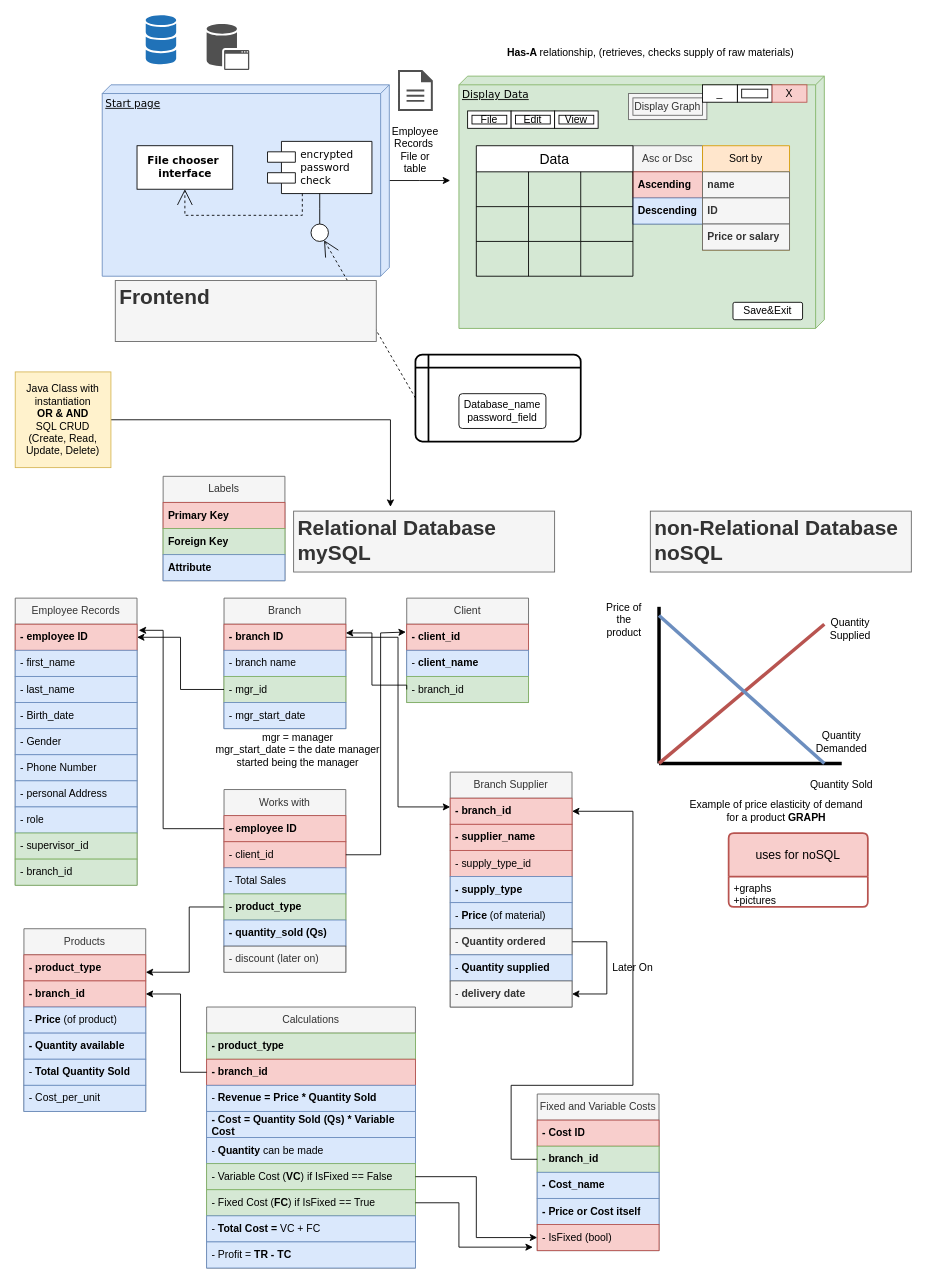
Before: Frontend&SQL_sketch.drawio in Kazybekkh/KazCable-DBMS, a draw.io diagram. Source tidied: cells renumbered, new cells numbered last; positions are measured from the earlier drawing's top-left corner, leaving out a move shared by most shapes. Both pictures are drawn from the tidied source at 87%, with x=0, y=0 at pixel (15, 15).
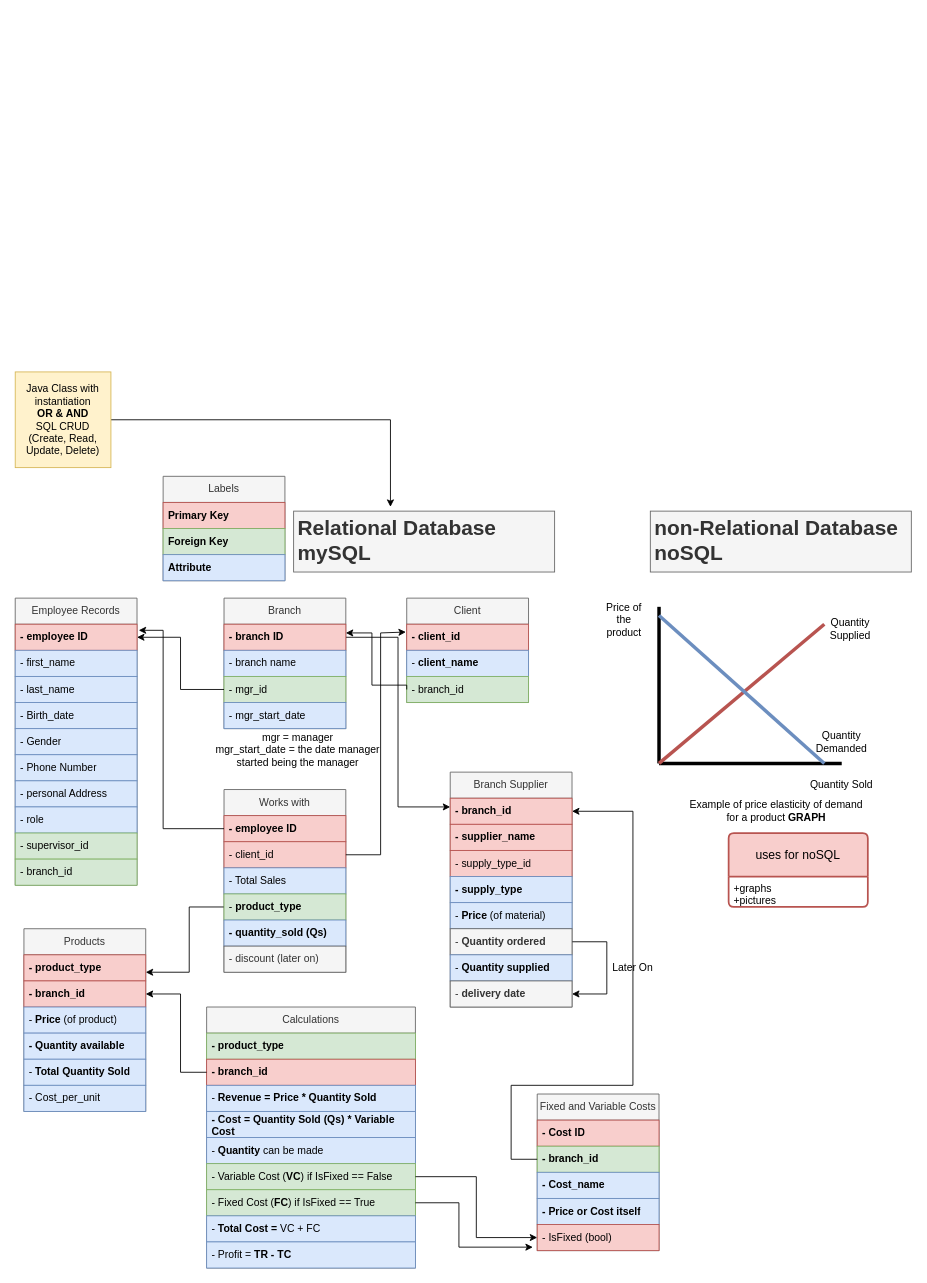
The same diagram, later.

The edit, as a diff of the source:
```diff
@@
-    <mxCell id="2" style="edgeStyle=orthogonalEdgeStyle;rounded=0;jettySize=auto;html=1;" parent="1" edge="1" source="3">
-      <mxGeometry relative="1" as="geometry">
-        <mxPoint x="500" y="190" as="targetPoint" />
-      </mxGeometry>
-    </mxCell>
-    <mxCell id="3" value="Start page" style="verticalAlign=top;align=left;spacingTop=8;spacingLeft=2;spacingRight=12;shape=cube;size=10;direction=south;fontStyle=4;html=1;rounded=0;shadow=0;comic=0;labelBackgroundColor=none;strokeWidth=1;fontFamily=Verdana;fontSize=12;fillColor=#dae8fc;strokeColor=#6c8ebf;" parent="1" vertex="1">
-      <mxGeometry x="100" y="80" width="330" height="220" as="geometry" />
-    </mxCell>
-    <mxCell id="4" value="Display Data" style="verticalAlign=top;align=left;spacingTop=8;spacingLeft=2;spacingRight=12;shape=cube;size=10;direction=south;fontStyle=4;html=1;rounded=0;shadow=0;comic=0;labelBackgroundColor=none;strokeWidth=1;fontFamily=Verdana;fontSize=12;fillColor=#d5e8d4;strokeColor=#82b366;" parent="1" vertex="1">
-      <mxGeometry x="510" y="70" width="420" height="290" as="geometry" />
-    </mxCell>
-    <mxCell id="5" value="&lt;b&gt;File chooser&amp;nbsp;&lt;br&gt;interface&lt;br&gt;&lt;/b&gt;" style="html=1;rounded=0;shadow=0;comic=0;labelBackgroundColor=none;strokeWidth=1;fontFamily=Verdana;fontSize=12;align=center;" parent="1" vertex="1">
-      <mxGeometry x="140" y="150" width="110" height="50" as="geometry" />
-    </mxCell>
-    <mxCell id="6" value="encrypted&amp;nbsp;&lt;br&gt;password&lt;br&gt;check" style="shape=component;align=left;spacingLeft=36;rounded=0;shadow=0;comic=0;labelBackgroundColor=none;strokeWidth=1;fontFamily=Verdana;fontSize=12;html=1;" parent="1" vertex="1">
-      <mxGeometry x="290" y="145" width="120" height="60" as="geometry" />
-    </mxCell>
-    <mxCell id="7" style="ellipse;whiteSpace=wrap;html=1;rounded=0;shadow=0;comic=0;labelBackgroundColor=none;strokeWidth=1;fontFamily=Verdana;fontSize=12;align=center;" parent="1" vertex="1">
-      <mxGeometry x="340" y="240" width="20" height="20" as="geometry" />
-    </mxCell>
-    <mxCell id="8" style="edgeStyle=none;rounded=0;html=1;dashed=1;labelBackgroundColor=none;startArrow=none;startFill=0;startSize=8;endArrow=open;endFill=0;endSize=16;fontFamily=Verdana;fontSize=12;exitX=0;exitY=0.5;exitDx=0;exitDy=0;" parent="1" edge="1" source="107" target="7">
-      <mxGeometry relative="1" as="geometry" />
-    </mxCell>
-    <mxCell id="9" style="edgeStyle=elbowEdgeStyle;rounded=0;html=1;labelBackgroundColor=none;startArrow=none;startFill=0;startSize=8;endArrow=none;endFill=0;endSize=16;fontFamily=Verdana;fontSize=12;" parent="1" edge="1" source="7" target="6">
-      <mxGeometry relative="1" as="geometry" />
-    </mxCell>
-    <mxCell id="10" style="edgeStyle=orthogonalEdgeStyle;rounded=0;html=1;labelBackgroundColor=none;startArrow=none;startFill=0;startSize=8;endArrow=open;endFill=0;endSize=16;fontFamily=Verdana;fontSize=12;dashed=1;" parent="1" edge="1" source="6" target="5">
-      <mxGeometry relative="1" as="geometry">
-        <Array as="points">
-          <mxPoint x="330" y="230" />
-          <mxPoint x="195" y="230" />
-        </Array>
-      </mxGeometry>
-    </mxCell>
-    <mxCell id="11" value="Employee Records&amp;nbsp;&lt;br&gt;File or table" style="text;html=1;strokeColor=none;fillColor=none;align=center;verticalAlign=middle;whiteSpace=wrap;rounded=0;" parent="1" vertex="1">
-      <mxGeometry x="430" y="140" width="60" height="30" as="geometry" />
-    </mxCell>
-    <mxCell id="12" style="sketch=0;shadow=0;dashed=0;html=1;strokeColor=none;fillColor=#505050;labelPosition=center;verticalLabelPosition=bottom;verticalAlign=top;align=center;shape=mxgraph.office.databases.application_store;" parent="1" vertex="1">
-      <mxGeometry x="220" y="10" width="49" height="53" as="geometry" />
-    </mxCell>
-    <mxCell id="13" style="sketch=0;shadow=0;dashed=0;html=1;strokeColor=none;labelPosition=center;verticalLabelPosition=bottom;verticalAlign=top;align=center;shape=mxgraph.office.databases.database_mini_3;fillColor=#2072B8;" parent="1" vertex="1">
-      <mxGeometry x="150" width="35" height="57" as="geometry" />
-    </mxCell>
-    <mxCell id="14" style="sketch=0;shadow=0;dashed=0;html=1;strokeColor=none;fillColor=#505050;labelPosition=center;verticalLabelPosition=bottom;verticalAlign=top;align=center;shape=mxgraph.office.concepts.document;" parent="1" vertex="1">
-      <mxGeometry x="440" y="63" width="40" height="47" as="geometry" />
-    </mxCell>
@@
-    <mxCell id="28" value="&lt;b&gt;Has-A &lt;/b&gt;relationship, (retrieves, checks supply of raw materials)" style="text;html=1;align=center;verticalAlign=middle;strokeColor=none;fillColor=none;" parent="1" vertex="1">
-      <mxGeometry x="555" y="28" width="350" height="30" as="geometry" />
-    </mxCell>
@@
-    <mxCell id="107" style="shape=internalStorage;whiteSpace=wrap;html=1;dx=15;dy=15;rounded=1;arcSize=8;strokeWidth=2;" parent="1" vertex="1">
-      <mxGeometry x="460" y="390" width="190" height="100" as="geometry" />
-    </mxCell>
-    <mxCell id="108" value="Database_name&lt;br&gt;password_field" style="rounded=1;arcSize=10;whiteSpace=wrap;html=1;align=center;" parent="1" vertex="1">
-      <mxGeometry x="510" y="435" width="100" height="40" as="geometry" />
-    </mxCell>
-    <mxCell id="109" value="Asc or Dsc" style="swimlane;fontStyle=0;horizontal=1;startSize=30;whiteSpace=wrap;html=1;fillColor=#f5f5f5;strokeColor=#666666;fontColor=#333333;" parent="1" vertex="1">
-      <mxGeometry x="710" y="150" width="80" height="90" as="geometry" />
-    </mxCell>
-    <mxCell id="110" value="&lt;b&gt;Ascending&lt;br&gt;&lt;/b&gt;" style="text;strokeColor=#b85450;fillColor=#f8cecc;align=left;verticalAlign=middle;spacingLeft=4;spacingRight=4;overflow=hidden;whiteSpace=wrap;html=1;" parent="109" vertex="1">
-      <mxGeometry y="30" width="80" height="30" as="geometry" />
-    </mxCell>
-    <mxCell id="111" value="&lt;b&gt;Descending&lt;/b&gt;" style="text;strokeColor=#6c8ebf;fillColor=#dae8fc;align=left;verticalAlign=middle;spacingLeft=4;spacingRight=4;overflow=hidden;whiteSpace=wrap;html=1;" parent="109" vertex="1">
-      <mxGeometry y="60" width="80" height="30" as="geometry" />
-    </mxCell>
-    <mxCell id="112" value="Data" style="shape=table;startSize=30;childLayout=tableLayout;strokeColor=default;fontSize=16;" parent="1" vertex="1">
-      <mxGeometry x="530" y="150" width="180" height="150" as="geometry" />
-    </mxCell>
-    <mxCell id="113" style="shape=tableRow;horizontal=0;startSize=0;swimlaneHead=0;swimlaneBody=0;strokeColor=inherit;top=0;left=0;bottom=0;right=0;fillColor=none;fontSize=16;" parent="112" vertex="1">
-      <mxGeometry y="30" width="180" height="40" as="geometry" />
-    </mxCell>
-    <mxCell id="114" style="shape=partialRectangle;html=1;whiteSpace=wrap;strokeColor=inherit;overflow=hidden;fillColor=none;top=0;left=0;bottom=0;right=0;fontSize=16;" parent="113" vertex="1">
-      <mxGeometry width="60" height="40" as="geometry" />
-    </mxCell>
-    <mxCell id="115" style="shape=partialRectangle;html=1;whiteSpace=wrap;strokeColor=inherit;overflow=hidden;fillColor=none;top=0;left=0;bottom=0;right=0;fontSize=16;" parent="113" vertex="1">
-      <mxGeometry x="60" width="60" height="40" as="geometry" />
-    </mxCell>
-    <mxCell id="116" style="shape=partialRectangle;html=1;whiteSpace=wrap;strokeColor=inherit;overflow=hidden;fillColor=none;top=0;left=0;bottom=0;right=0;fontSize=16;" parent="113" vertex="1">
-      <mxGeometry x="120" width="60" height="40" as="geometry" />
-    </mxCell>
-    <mxCell id="117" style="shape=tableRow;horizontal=0;startSize=0;swimlaneHead=0;swimlaneBody=0;strokeColor=inherit;top=0;left=0;bottom=0;right=0;fillColor=none;fontSize=16;" parent="112" vertex="1">
-      <mxGeometry y="70" width="180" height="40" as="geometry" />
-    </mxCell>
-    <mxCell id="118" style="shape=partialRectangle;html=1;whiteSpace=wrap;strokeColor=inherit;overflow=hidden;fillColor=none;top=0;left=0;bottom=0;right=0;fontSize=16;" parent="117" vertex="1">
-      <mxGeometry width="60" height="40" as="geometry" />
-    </mxCell>
-    <mxCell id="119" style="shape=partialRectangle;html=1;whiteSpace=wrap;strokeColor=inherit;overflow=hidden;fillColor=none;top=0;left=0;bottom=0;right=0;fontSize=16;" parent="117" vertex="1">
-      <mxGeometry x="60" width="60" height="40" as="geometry" />
-    </mxCell>
-    <mxCell id="120" style="shape=partialRectangle;html=1;whiteSpace=wrap;strokeColor=inherit;overflow=hidden;fillColor=none;top=0;left=0;bottom=0;right=0;fontSize=16;" parent="117" vertex="1">
-      <mxGeometry x="120" width="60" height="40" as="geometry" />
-    </mxCell>
-    <mxCell id="121" style="shape=tableRow;horizontal=0;startSize=0;swimlaneHead=0;swimlaneBody=0;strokeColor=inherit;top=0;left=0;bottom=0;right=0;fillColor=none;fontSize=16;" parent="112" vertex="1">
-      <mxGeometry y="110" width="180" height="40" as="geometry" />
-    </mxCell>
-    <mxCell id="122" style="shape=partialRectangle;html=1;whiteSpace=wrap;strokeColor=inherit;overflow=hidden;fillColor=none;top=0;left=0;bottom=0;right=0;fontSize=16;" parent="121" vertex="1">
-      <mxGeometry width="60" height="40" as="geometry" />
-    </mxCell>
-    <mxCell id="123" style="shape=partialRectangle;html=1;whiteSpace=wrap;strokeColor=inherit;overflow=hidden;fillColor=none;top=0;left=0;bottom=0;right=0;fontSize=16;" parent="121" vertex="1">
-      <mxGeometry x="60" width="60" height="40" as="geometry" />
-    </mxCell>
-    <mxCell id="124" style="shape=partialRectangle;html=1;whiteSpace=wrap;strokeColor=inherit;overflow=hidden;fillColor=none;top=0;left=0;bottom=0;right=0;fontSize=16;" parent="121" vertex="1">
-      <mxGeometry x="120" width="60" height="40" as="geometry" />
-    </mxCell>
-    <mxCell id="125" value="Sort by" style="swimlane;fontStyle=0;horizontal=1;startSize=30;whiteSpace=wrap;html=1;fillColor=#ffe6cc;strokeColor=#d79b00;" parent="1" vertex="1">
-      <mxGeometry x="790" y="150" width="100" height="120" as="geometry" />
-    </mxCell>
-    <mxCell id="126" value="&lt;b&gt;name&lt;br&gt;&lt;/b&gt;" style="text;strokeColor=#666666;fillColor=#f5f5f5;align=left;verticalAlign=middle;spacingLeft=4;spacingRight=4;overflow=hidden;whiteSpace=wrap;html=1;fontColor=#333333;" parent="125" vertex="1">
-      <mxGeometry y="30" width="100" height="30" as="geometry" />
-    </mxCell>
-    <mxCell id="127" value="&lt;b&gt;ID&lt;/b&gt;" style="text;strokeColor=#666666;fillColor=#f5f5f5;align=left;verticalAlign=middle;spacingLeft=4;spacingRight=4;overflow=hidden;whiteSpace=wrap;html=1;fontColor=#333333;" parent="125" vertex="1">
-      <mxGeometry y="60" width="100" height="30" as="geometry" />
-    </mxCell>
-    <mxCell id="128" value="&lt;b&gt;Price or salary&lt;/b&gt;" style="text;strokeColor=#666666;fillColor=#f5f5f5;align=left;verticalAlign=middle;spacingLeft=4;spacingRight=4;overflow=hidden;whiteSpace=wrap;html=1;fontColor=#333333;" parent="125" vertex="1">
-      <mxGeometry y="90" width="100" height="30" as="geometry" />
-    </mxCell>
-    <mxCell id="129" value="Display Graph" style="shape=ext;margin=3;double=1;whiteSpace=wrap;html=1;align=center;fillColor=#f5f5f5;fontColor=#333333;strokeColor=#666666;" parent="1" vertex="1">
-      <mxGeometry x="705" y="90" width="90" height="30" as="geometry" />
-    </mxCell>
-    <mxCell id="130" value="File" style="shape=ext;margin=3;double=1;whiteSpace=wrap;html=1;align=center;" parent="1" vertex="1">
-      <mxGeometry x="520" y="110" width="50" height="20" as="geometry" />
-    </mxCell>
-    <mxCell id="131" value="Edit" style="shape=ext;margin=3;double=1;whiteSpace=wrap;html=1;align=center;" parent="1" vertex="1">
-      <mxGeometry x="570" y="110" width="50" height="20" as="geometry" />
-    </mxCell>
-    <mxCell id="132" value="View" style="shape=ext;margin=3;double=1;whiteSpace=wrap;html=1;align=center;" parent="1" vertex="1">
-      <mxGeometry x="620" y="110" width="50" height="20" as="geometry" />
-    </mxCell>
-    <mxCell id="133" style="shape=ext;margin=3;double=1;whiteSpace=wrap;html=1;align=center;" parent="1" vertex="1">
-      <mxGeometry x="830" y="80" width="40" height="20" as="geometry" />
-    </mxCell>
-    <mxCell id="134" value="_" style="whiteSpace=wrap;html=1;align=center;" parent="1" vertex="1">
-      <mxGeometry x="790" y="80" width="40" height="20" as="geometry" />
-    </mxCell>
-    <mxCell id="135" value="X" style="whiteSpace=wrap;html=1;align=center;fillColor=#f8cecc;strokeColor=#b85450;" parent="1" vertex="1">
-      <mxGeometry x="870" y="80" width="40" height="20" as="geometry" />
-    </mxCell>
-    <mxCell id="136" value="Save&amp;amp;Exit" style="rounded=1;arcSize=10;whiteSpace=wrap;html=1;align=center;" parent="1" vertex="1">
-      <mxGeometry x="825" y="330" width="80" height="20" as="geometry" />
-    </mxCell>
-    <mxCell id="137" value="&lt;h1&gt;Frontend&lt;/h1&gt;" style="text;html=1;strokeColor=#666666;fillColor=#f5f5f5;spacing=5;spacingTop=-20;whiteSpace=wrap;overflow=hidden;rounded=0;fontColor=#333333;" parent="1" vertex="1">
-      <mxGeometry x="115" y="305" width="300" height="70" as="geometry" />
-    </mxCell>
```
